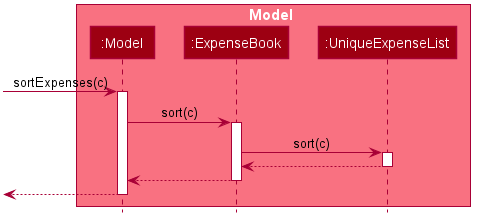
Above: docs/images/SortSequenceDiagram2.png in nus-cs2103-AY2021S1/tp (PlantUML), before the change. Its diagram source:
```plantuml
@startuml








skinparam BackgroundColor #FFFFFFF

skinparam Shadowing false

skinparam Class {
    FontColor #FFFFFF
    BorderThickness 1
    BorderColor #FFFFFF
    StereotypeFontColor #FFFFFF
    FontName Arial
}

skinparam Actor {
    BorderColor #000000
    Color #000000
    FontName Arial
}

skinparam Sequence {
    MessageAlign center
    BoxFontSize 15
    BoxPadding 0
    BoxFontColor #FFFFFF
    FontName Arial
}

skinparam Participant {
    FontColor #FFFFFFF
    Padding 20
}

skinparam MinClassWidth 50
skinparam ParticipantPadding 10
skinparam Shadowing false
skinparam DefaultTextAlignment center
skinparam packageStyle Rectangle

hide footbox
hide members
hide circle


box Model #F97181
participant ":Model" as Model #9D0012
participant ":ExpenseBook" as ExpenseBook #9D0012
participant ":UniqueExpenseList" as UniqueExpenseList #9D0012
end box

[-> Model : sortExpenses(c)
activate Model

Model -> ExpenseBook : sort(c)
activate ExpenseBook

ExpenseBook -> UniqueExpenseList : sort(c)
activate UniqueExpenseList

UniqueExpenseList --> ExpenseBook
deactivate UniqueExpenseList

ExpenseBook --> Model
deactivate ExpenseBook

[<-- Model
deactivate Model

@enduml
```
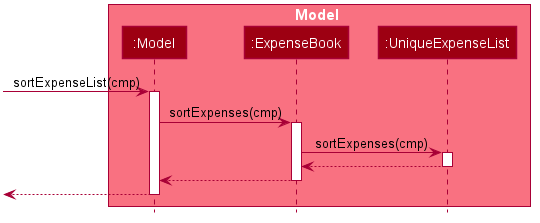
After the commit.

Change to the diagram source:
```diff
@@ -55,13 +55,13 @@
 participant ":UniqueExpenseList" as UniqueExpenseList #9D0012
 end box
 
-[-> Model : sortExpenses(c)
+[-> Model : sortExpenseList(cmp)
 activate Model
 
-Model -> ExpenseBook : sort(c)
+Model -> ExpenseBook : sortExpenses(cmp)
 activate ExpenseBook
 
-ExpenseBook -> UniqueExpenseList : sort(c)
+ExpenseBook -> UniqueExpenseList : sortExpenses(cmp)
 activate UniqueExpenseList
 
 UniqueExpenseList --> ExpenseBook
```
